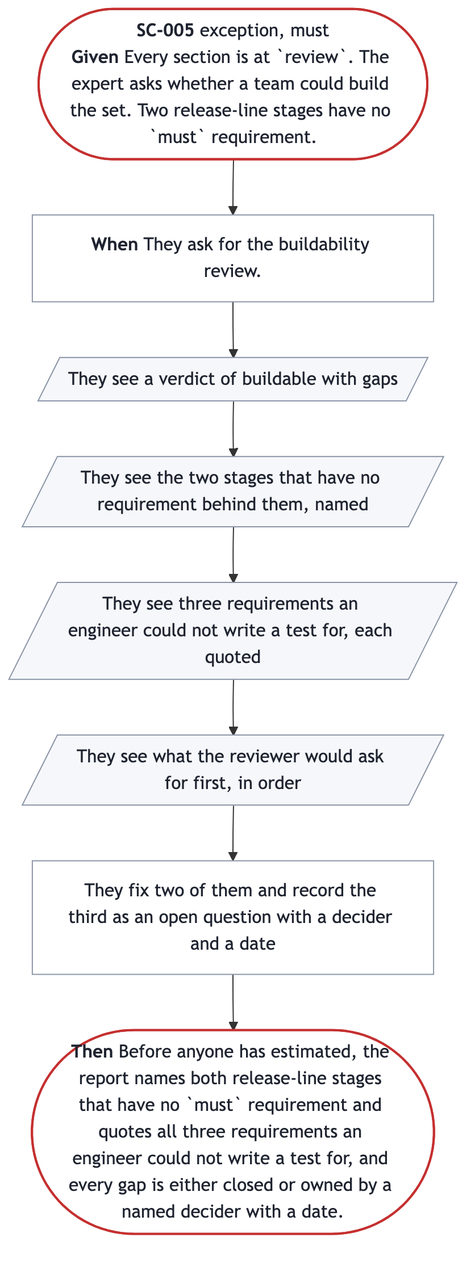
Before: docs/prd/prd-forge/diagrams/SC-005.png, a diagram exported from Mermaid (SpillwaveSolutions/prd-forge). Its source is kept beside it as docs/prd/prd-forge/diagrams/SC-005.mmd.
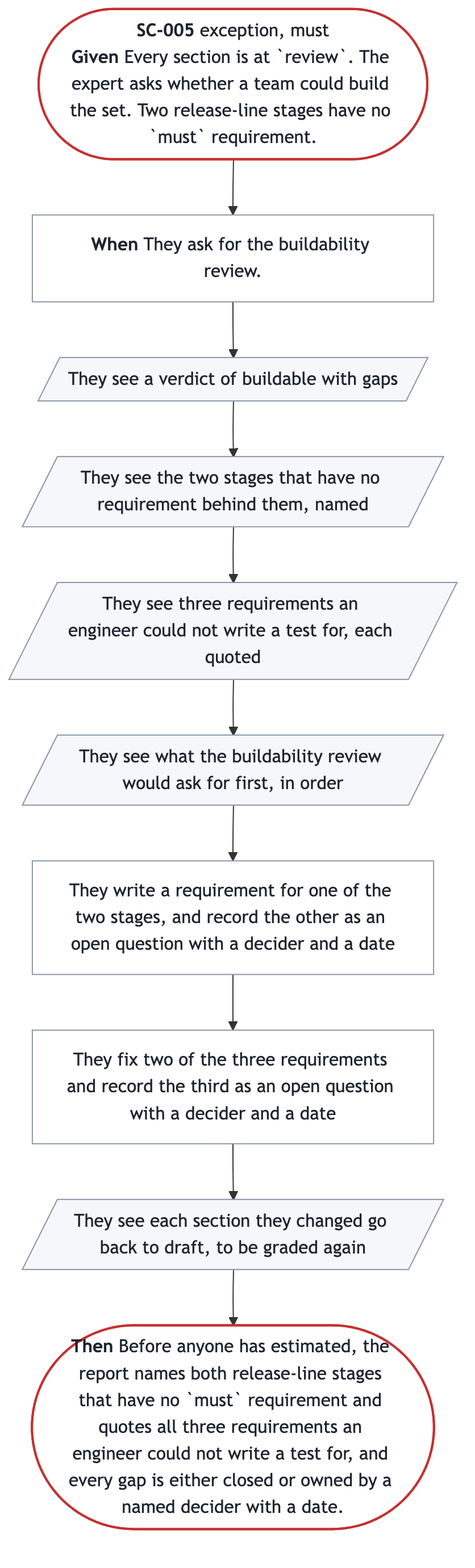
The same diagram one commit later.

The edit, as a diff of the source:
```diff
@@ -5,10 +5,12 @@
   s0[/"They see a verdict of buildable with gaps"/]
   s1[/"They see the two stages that have no requirement behind them, named"/]
   s2[/"They see three requirements an engineer could not write a test for, each quoted"/]
-  s3[/"They see what the reviewer would ask for first, in order"/]
-  s4["They fix two of them and record the third as an open question with a decider and a date"]
+  s3[/"They see what the buildability review would ask for first, in order"/]
+  s4["They write a requirement for one of the two stages, and record the other as an open question with a decider and a date"]
+  s5["They fix two of the three requirements and record the third as an open question with a decider and a date"]
+  s6[/"They see each section they changed go back to draft, to be graded again"/]
   done(["<b>Then</b> Before anyone has estimated, the report names both release-line stages that have no `must` requirement and quotes all three requirements an engineer could not write a test for, and every gap is either closed or owned by a named decider with a date."])
-  start --> trigger --> s0 --> s1 --> s2 --> s3 --> s4 --> done
+  start --> trigger --> s0 --> s1 --> s2 --> s3 --> s4 --> s5 --> s6 --> done
   classDef ends fill:#FFFFFF,stroke:#C53030,stroke-width:2px,color:#1F2430
   classDef sees fill:#F5F7FA,stroke:#8A94A6,color:#1F2430
   classDef does fill:#FFFFFF,stroke:#8A94A6,color:#1F2430
@@ -18,4 +20,6 @@
   class s2 sees
   class s3 sees
   class s4 does
+  class s5 does
+  class s6 sees
   class trigger does
```
